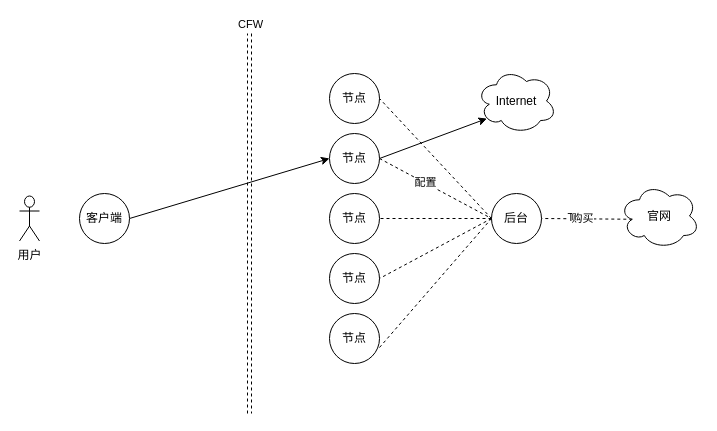
Above: page "第 3 页" (2 of 4) of bluary.drawio in zebra-min/my-design (draw.io), before the change. Source tidied: cells renumbered, new cells numbered last; positions are measured from the earlier drawing's top-left corner, leaving out a move shared by most shapes. Both pictures are drawn from the tidied source at 100%, with x=0, y=0 at pixel (19, 33).
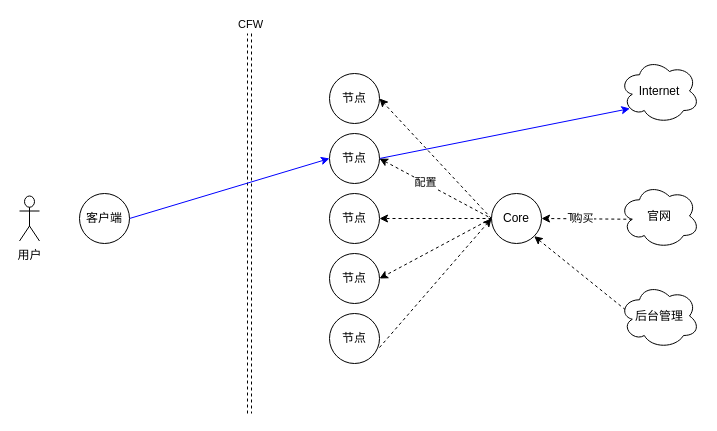
The same diagram, later.

Unchanged cells that the change refers to:
```xml
<mxCell id="6" value="客户端" style="ellipse;whiteSpace=wrap;html=1;" parent="1" vertex="1">
  <mxGeometry x="60" y="160" width="50" height="50" as="geometry" />
</mxCell>
<mxCell id="7" value="节点" style="ellipse;whiteSpace=wrap;html=1;" parent="1" vertex="1">
  <mxGeometry x="310" y="40" width="50" height="50" as="geometry" />
</mxCell>
<mxCell id="11" value="节点" style="ellipse;whiteSpace=wrap;html=1;" parent="1" vertex="1">
  <mxGeometry x="310" y="100" width="50" height="50" as="geometry" />
</mxCell>
<mxCell id="12" value="节点" style="ellipse;whiteSpace=wrap;html=1;" parent="1" vertex="1">
  <mxGeometry x="310" y="160" width="50" height="50" as="geometry" />
</mxCell>
<mxCell id="13" value="节点" style="ellipse;whiteSpace=wrap;html=1;" parent="1" vertex="1">
  <mxGeometry x="310" y="220" width="50" height="50" as="geometry" />
</mxCell>
<mxCell id="14" value="节点" style="ellipse;whiteSpace=wrap;html=1;" parent="1" vertex="1">
  <mxGeometry x="310" y="280" width="50" height="50" as="geometry" />
</mxCell>
<mxCell id="23" value="官网" style="ellipse;shape=cloud;whiteSpace=wrap;html=1;" parent="1" vertex="1">
  <mxGeometry x="600" y="150" width="80" height="65" as="geometry" />
</mxCell>
```

What changed in the source:
```diff
@@
-    <mxCell id="5" style="rounded=0;jettySize=auto;html=1;exitX=1;exitY=0.5;exitDx=0;exitDy=0;entryX=0;entryY=0.5;entryDx=0;entryDy=0;startArrow=none;startFill=0;" parent="1" edge="1" source="6" target="11">
+    <mxCell id="5" style="rounded=0;jettySize=auto;html=1;exitX=1;exitY=0.5;exitDx=0;exitDy=0;entryX=0;entryY=0.5;entryDx=0;entryDy=0;startArrow=none;startFill=0;strokeColor=#0000FF;" parent="1" edge="1" source="6" target="11">
       <mxGeometry relative="1" as="geometry" />
     </mxCell>
@@
-    <mxCell id="8" style="rounded=0;jettySize=auto;html=1;exitX=1;exitY=0.5;exitDx=0;exitDy=0;entryX=0;entryY=0.5;entryDx=0;entryDy=0;endArrow=none;endFill=0;dashed=1;" parent="1" edge="1" source="11" target="18">
+    <mxCell id="8" style="rounded=0;jettySize=auto;html=1;exitX=1;exitY=0.5;exitDx=0;exitDy=0;entryX=0;entryY=0.5;entryDx=0;entryDy=0;endArrow=none;endFill=0;dashed=1;startArrow=classic;startFill=1;" parent="1" edge="1" source="11" target="18">
       <mxGeometry relative="1" as="geometry" />
     </mxCell>
@@
-    <mxCell id="10" style="edgeStyle=none;rounded=0;jettySize=auto;html=1;exitX=1;exitY=0.5;exitDx=0;exitDy=0;entryX=0.13;entryY=0.77;entryDx=0;entryDy=0;entryPerimeter=0;" parent="1" edge="1" source="11" target="24">
+    <mxCell id="10" style="edgeStyle=none;rounded=0;jettySize=auto;html=1;exitX=1;exitY=0.5;exitDx=0;exitDy=0;entryX=0.13;entryY=0.77;entryDx=0;entryDy=0;entryPerimeter=0;strokeColor=#0000FF;" parent="1" edge="1" source="11" target="24">
       <mxGeometry relative="1" as="geometry" />
     </mxCell>
@@
-    <mxCell id="15" style="rounded=0;jettySize=auto;html=1;exitX=0;exitY=0.5;exitDx=0;exitDy=0;entryX=1;entryY=0.5;entryDx=0;entryDy=0;startArrow=none;startFill=0;endArrow=none;endFill=0;dashed=1;" parent="1" edge="1" source="18" target="7">
+    <mxCell id="15" style="rounded=0;jettySize=auto;html=1;exitX=0;exitY=0.5;exitDx=0;exitDy=0;entryX=1;entryY=0.5;entryDx=0;entryDy=0;startArrow=none;startFill=0;endArrow=classic;endFill=1;dashed=1;" parent="1" edge="1" source="18" target="7">
       <mxGeometry relative="1" as="geometry" />
     </mxCell>
-    <mxCell id="16" style="rounded=0;jettySize=auto;html=1;exitX=0;exitY=0.5;exitDx=0;exitDy=0;entryX=1;entryY=0.5;entryDx=0;entryDy=0;endArrow=none;endFill=0;dashed=1;" parent="1" edge="1" source="18" target="12">
+    <mxCell id="16" style="rounded=0;jettySize=auto;html=1;exitX=0;exitY=0.5;exitDx=0;exitDy=0;entryX=1;entryY=0.5;entryDx=0;entryDy=0;endArrow=classic;endFill=1;dashed=1;" parent="1" edge="1" source="18" target="12">
       <mxGeometry relative="1" as="geometry" />
     </mxCell>
-    <mxCell id="17" style="rounded=0;jettySize=auto;html=1;exitX=0;exitY=0.5;exitDx=0;exitDy=0;entryX=1;entryY=0.5;entryDx=0;entryDy=0;endArrow=none;endFill=0;dashed=1;" parent="1" edge="1" source="18" target="13">
+    <mxCell id="17" style="rounded=0;jettySize=auto;html=1;exitX=0;exitY=0.5;exitDx=0;exitDy=0;entryX=1;entryY=0.5;entryDx=0;entryDy=0;endArrow=classic;endFill=1;dashed=1;" parent="1" edge="1" source="18" target="13">
       <mxGeometry relative="1" as="geometry" />
     </mxCell>
+    <mxCell id="25" style="rounded=0;jettySize=auto;html=1;exitX=1;exitY=1;exitDx=0;exitDy=0;entryX=0.07;entryY=0.4;entryDx=0;entryDy=0;entryPerimeter=0;dashed=1;endArrow=none;endFill=0;startArrow=classic;startFill=1;" parent="1" edge="1" source="18" target="26">
+      <mxGeometry relative="1" as="geometry" />
+    </mxCell>
-    <mxCell id="18" value="后台" style="ellipse;whiteSpace=wrap;html=1;" parent="1" vertex="1">
+    <mxCell id="18" value="Core" style="ellipse;whiteSpace=wrap;html=1;" parent="1" vertex="1">
       <mxGeometry x="472" y="160" width="50" height="50" as="geometry" />
     </mxCell>
-    <mxCell id="19" style="endArrow=none;startArrow=none;html=1;rounded=0;exitX=1;exitY=0.68;exitDx=0;exitDy=0;exitPerimeter=0;startFill=0;endFill=0;entryX=0;entryY=0.5;entryDx=0;entryDy=0;dashed=1;" parent="1" edge="1" source="14" target="18">
+    <mxCell id="19" style="endArrow=classic;startArrow=none;html=1;rounded=0;exitX=1;exitY=0.68;exitDx=0;exitDy=0;exitPerimeter=0;startFill=0;endFill=1;entryX=0;entryY=0.5;entryDx=0;entryDy=0;dashed=1;" parent="1" edge="1" source="14" target="18">
       <mxGeometry relative="1" as="geometry" />
     </mxCell>
-    <mxCell id="20" style="rounded=0;jettySize=auto;html=1;exitX=0.16;exitY=0.55;exitDx=0;exitDy=0;exitPerimeter=0;entryX=1;entryY=0.5;entryDx=0;entryDy=0;startArrow=none;startFill=0;dashed=1;endArrow=none;endFill=0;" parent="1" edge="1" source="23" target="18">
+    <mxCell id="20" style="rounded=0;jettySize=auto;html=1;exitX=0.16;exitY=0.55;exitDx=0;exitDy=0;exitPerimeter=0;entryX=1;entryY=0.5;entryDx=0;entryDy=0;startArrow=none;startFill=0;dashed=1;endArrow=classic;endFill=1;" parent="1" edge="1" source="23" target="18">
       <mxGeometry relative="1" as="geometry" />
     </mxCell>
@@
     <mxCell id="24" value="Internet" style="ellipse;shape=cloud;whiteSpace=wrap;html=1;" parent="1" vertex="1">
-      <mxGeometry x="457" y="35" width="80" height="65" as="geometry" />
+      <mxGeometry x="600" y="25" width="80" height="65" as="geometry" />
     </mxCell>
+    <mxCell id="26" value="后台管理" style="ellipse;shape=cloud;whiteSpace=wrap;html=1;" parent="1" vertex="1">
+      <mxGeometry x="600" y="250" width="80" height="65" as="geometry" />
+    </mxCell>
```
